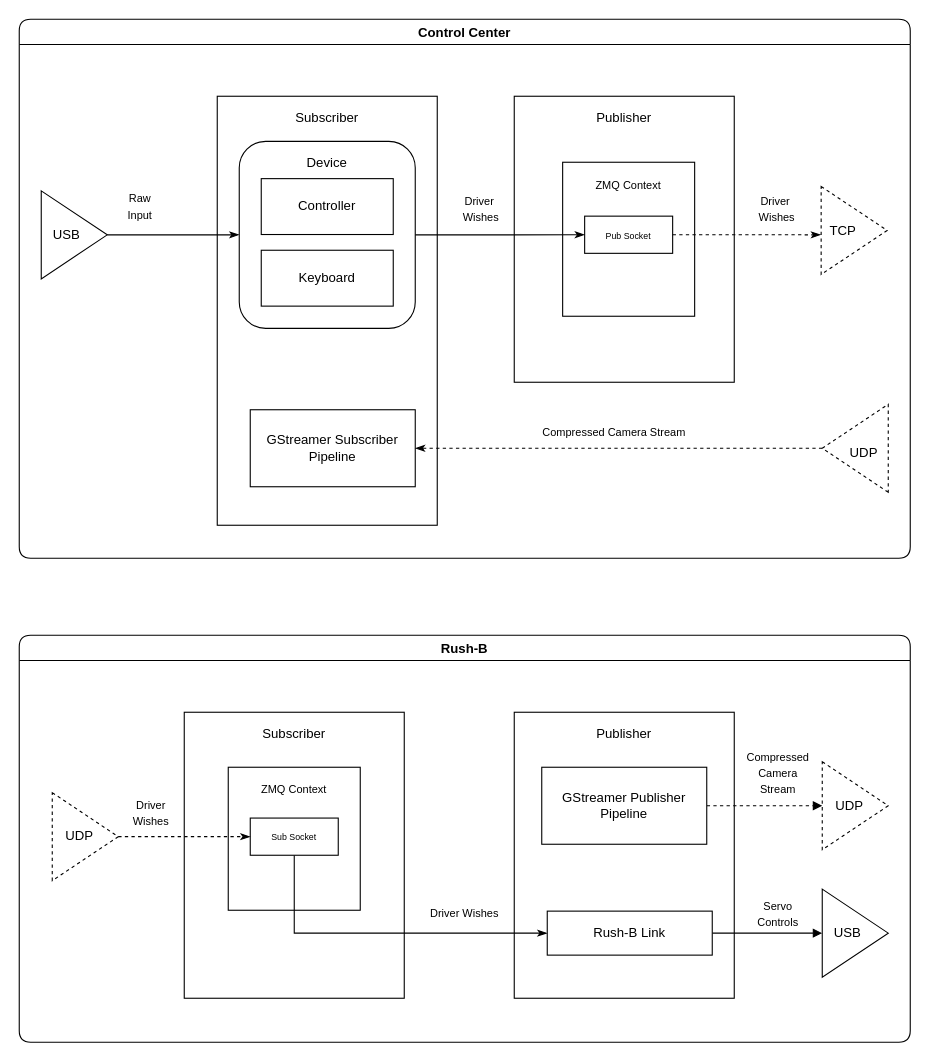
The draw.io diagram page "Dataflow" (4 of 5) of docs/diagrams/Design.drawio in GjergjiSh/Rush-B, before the edit. Source tidied: cells renumbered, new cells numbered last; positions are measured from the earlier drawing's top-left corner, leaving out a move shared by most shapes. Both pictures are drawn from the tidied source at 110%, with x=0, y=0 at pixel (19, 19).
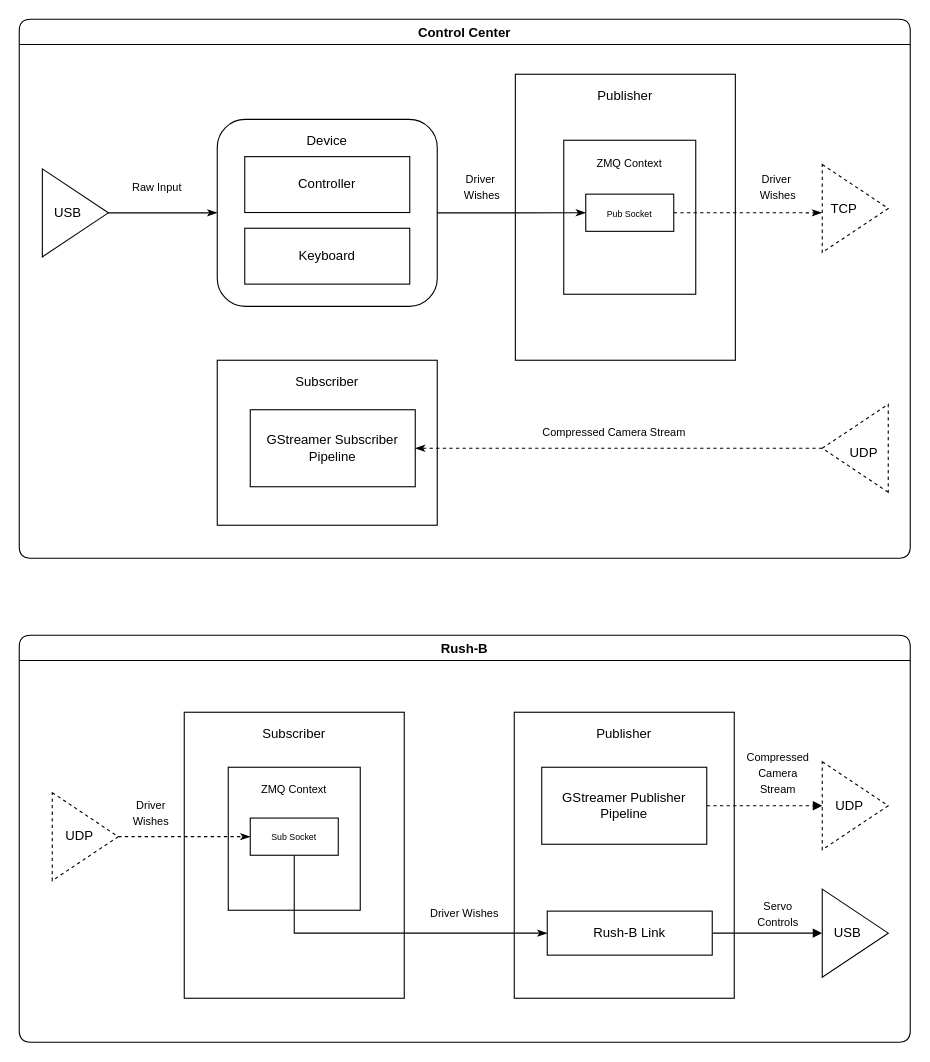
The same diagram, later.

The change refers to these unchanged cells:
```xml
<mxCell id="2" value="Control Center" style="swimlane;rounded=1;fillColor=none;startSize=23;" parent="1" vertex="1">
  <mxGeometry width="810" height="490" as="geometry" />
</mxCell>
```

Diff of the diagram source:
```diff
@@
     <mxCell id="3" style="rounded=0;whiteSpace=wrap;html=1;" parent="2" vertex="1">
-      <mxGeometry x="180" y="70" width="200" height="390" as="geometry" />
+      <mxGeometry x="180" y="310" width="200" height="150" as="geometry" />
     </mxCell>
     <mxCell id="4" style="rounded=0;whiteSpace=wrap;html=1;" parent="2" vertex="1">
-      <mxGeometry x="450" y="70" width="200" height="260" as="geometry" />
+      <mxGeometry x="451" y="50" width="200" height="260" as="geometry" />
     </mxCell>
     <mxCell id="5" value="Publisher" style="text;html=1;strokeColor=none;fillColor=none;align=center;verticalAlign=middle;whiteSpace=wrap;rounded=0;" parent="2" vertex="1">
-      <mxGeometry x="530" y="80" width="40" height="20" as="geometry" />
+      <mxGeometry x="531" y="60" width="40" height="20" as="geometry" />
     </mxCell>
@@
     <mxCell id="8" style="triangle;whiteSpace=wrap;html=1;rounded=0;fillColor=none;dashed=1;" parent="2" vertex="1">
-      <mxGeometry x="729" y="152" width="60" height="80" as="geometry" />
+      <mxGeometry x="730" y="132" width="60" height="80" as="geometry" />
     </mxCell>
@@
     <mxCell id="11" value="USB&amp;nbsp; &amp;nbsp;&amp;nbsp;" style="triangle;whiteSpace=wrap;html=1;rounded=0;fillColor=none;" parent="2" vertex="1">
-      <mxGeometry x="20" y="156" width="60" height="80" as="geometry" />
+      <mxGeometry x="21" y="136" width="60" height="80" as="geometry" />
     </mxCell>
     <mxCell id="12" style="rounded=0;whiteSpace=wrap;html=1;" parent="2" vertex="1">
-      <mxGeometry x="494" y="130" width="120" height="140" as="geometry" />
+      <mxGeometry x="495" y="110" width="120" height="140" as="geometry" />
     </mxCell>
     <mxCell id="13" value="&lt;font style=&quot;font-size: 8px&quot;&gt;Pub Socket&lt;/font&gt;" style="rounded=0;whiteSpace=wrap;html=1;" parent="2" vertex="1">
-      <mxGeometry x="514" y="179" width="80" height="33.8" as="geometry" />
+      <mxGeometry x="515" y="159" width="80" height="33.8" as="geometry" />
     </mxCell>
     <mxCell id="14" value="&lt;font style=&quot;font-size: 10px&quot;&gt;ZMQ Context&lt;/font&gt;" style="text;html=1;strokeColor=none;fillColor=none;align=center;verticalAlign=middle;whiteSpace=wrap;rounded=0;" parent="2" vertex="1">
-      <mxGeometry x="489" y="139.5" width="130" height="22.5" as="geometry" />
+      <mxGeometry x="490" y="119.5" width="130" height="22.5" as="geometry" />
     </mxCell>
-    <mxCell id="15" value="&lt;span style=&quot;font-size: 10px&quot;&gt;Raw&lt;br&gt;Input&lt;br&gt;&lt;/span&gt;" style="text;html=1;strokeColor=none;fillColor=none;align=center;verticalAlign=middle;whiteSpace=wrap;rounded=0;" parent="2" vertex="1">
-      <mxGeometry x="90" y="160" width="40" height="20" as="geometry" />
+    <mxCell id="15" value="&lt;span style=&quot;font-size: 10px&quot;&gt;Raw Input&lt;br&gt;&lt;/span&gt;" style="text;html=1;strokeColor=none;fillColor=none;align=center;verticalAlign=middle;whiteSpace=wrap;rounded=0;" parent="2" vertex="1">
+      <mxGeometry x="81" y="143" width="89" height="20" as="geometry" />
     </mxCell>
     <mxCell id="16" value="&lt;span style=&quot;font-size: 10px&quot;&gt;Driver&amp;nbsp;&lt;br&gt;&lt;/span&gt;&lt;span style=&quot;font-size: 10px&quot;&gt;Wishes&lt;/span&gt;" style="text;html=1;strokeColor=none;fillColor=none;align=center;verticalAlign=middle;whiteSpace=wrap;rounded=0;" parent="2" vertex="1">
-      <mxGeometry x="400" y="162" width="40" height="20" as="geometry" />
+      <mxGeometry x="401" y="142" width="40" height="20" as="geometry" />
     </mxCell>
     <mxCell id="17" value="&lt;span style=&quot;font-size: 10px&quot;&gt;Driver&amp;nbsp;&lt;br&gt;&lt;/span&gt;&lt;span style=&quot;font-size: 10px&quot;&gt;Wishes&lt;/span&gt;" style="text;html=1;strokeColor=none;fillColor=none;align=center;verticalAlign=middle;whiteSpace=wrap;rounded=0;" parent="2" vertex="1">
-      <mxGeometry x="669" y="162" width="40" height="20" as="geometry" />
+      <mxGeometry x="670" y="142" width="40" height="20" as="geometry" />
     </mxCell>
@@
     <mxCell id="19" value="Subscriber" style="text;html=1;strokeColor=none;fillColor=none;align=center;verticalAlign=middle;whiteSpace=wrap;rounded=0;" parent="2" vertex="1">
-      <mxGeometry x="260" y="80" width="40" height="20" as="geometry" />
+      <mxGeometry x="260" y="320" width="40" height="20" as="geometry" />
     </mxCell>
@@
     <mxCell id="22" value="TCP" style="text;html=1;strokeColor=none;fillColor=none;align=center;verticalAlign=middle;whiteSpace=wrap;rounded=0;" parent="2" vertex="1">
-      <mxGeometry x="729" y="183" width="40" height="20" as="geometry" />
+      <mxGeometry x="730" y="163" width="40" height="20" as="geometry" />
     </mxCell>
     <mxCell id="23" style="group;" parent="2" vertex="1">
-      <mxGeometry x="200" y="111" width="160" height="170" as="geometry" />
+      <mxGeometry x="180" y="91" width="200" height="170" as="geometry" />
     </mxCell>
     <mxCell id="24" style="rounded=1;whiteSpace=wrap;html=1;" parent="23" vertex="1">
-      <mxGeometry width="160" height="170" as="geometry" />
+      <mxGeometry width="200" height="170" as="geometry" />
     </mxCell>
     <mxCell id="25" value="Device" style="text;html=1;strokeColor=none;fillColor=none;align=center;verticalAlign=middle;whiteSpace=wrap;rounded=0;" parent="23" vertex="1">
-      <mxGeometry x="60" y="6.8" width="40" height="27.1" as="geometry" />
+      <mxGeometry x="75" y="6.8" width="50" height="27.1" as="geometry" />
     </mxCell>
     <mxCell id="26" value="Controller" style="rounded=0;whiteSpace=wrap;html=1;" parent="23" vertex="1">
-      <mxGeometry x="20" y="33.9" width="120" height="50.8" as="geometry" />
+      <mxGeometry x="25" y="33.9" width="150" height="50.8" as="geometry" />
     </mxCell>
     <mxCell id="27" value="Keyboard" style="rounded=0;whiteSpace=wrap;html=1;" parent="23" vertex="1">
-      <mxGeometry x="20" y="99" width="120" height="50.8" as="geometry" />
+      <mxGeometry x="25" y="99" width="150" height="50.8" as="geometry" />
     </mxCell>
```
